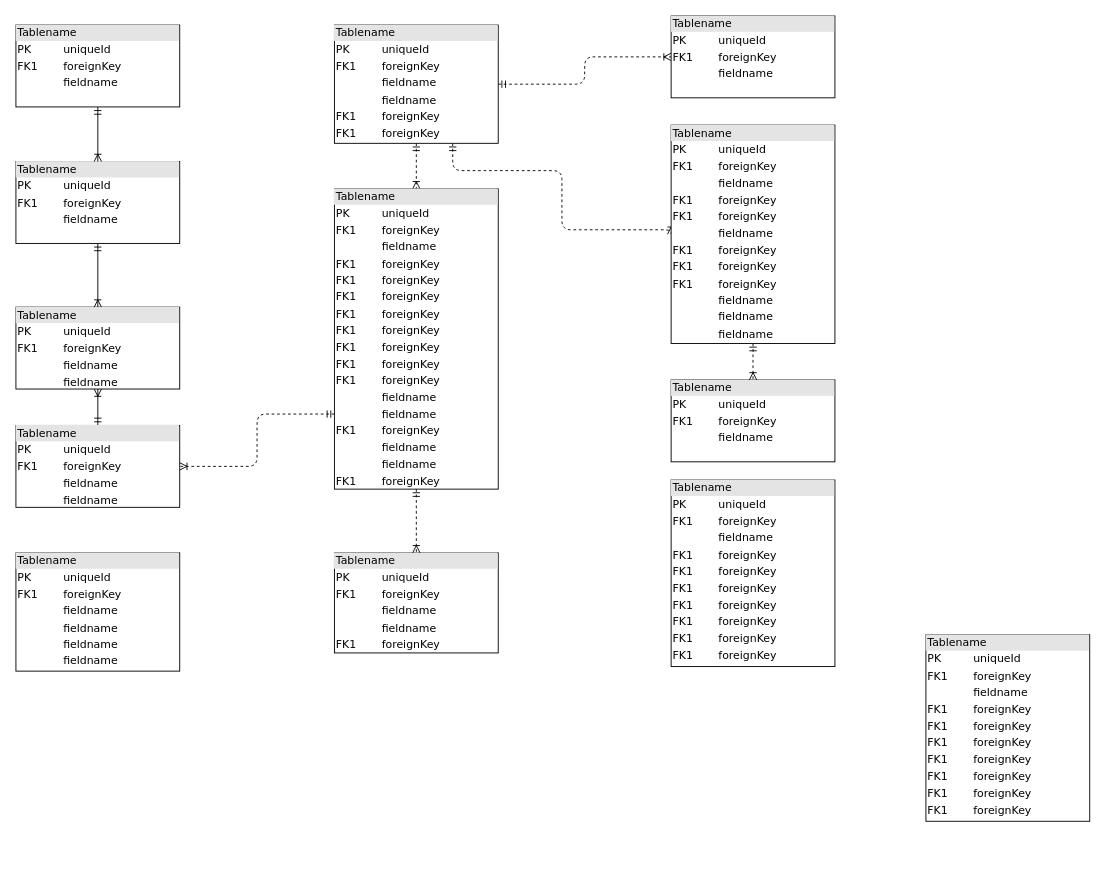
This is CAL AI.drawio from Abrorbek19/hacaton, a draw.io file, before an edit. Source tidied: cells renumbered, new cells numbered last; positions are measured from the earlier drawing's top-left corner, leaving out a move shared by most shapes. Both pictures are drawn from the tidied source at 91%, with x=0, y=0 at pixel (15, 15).
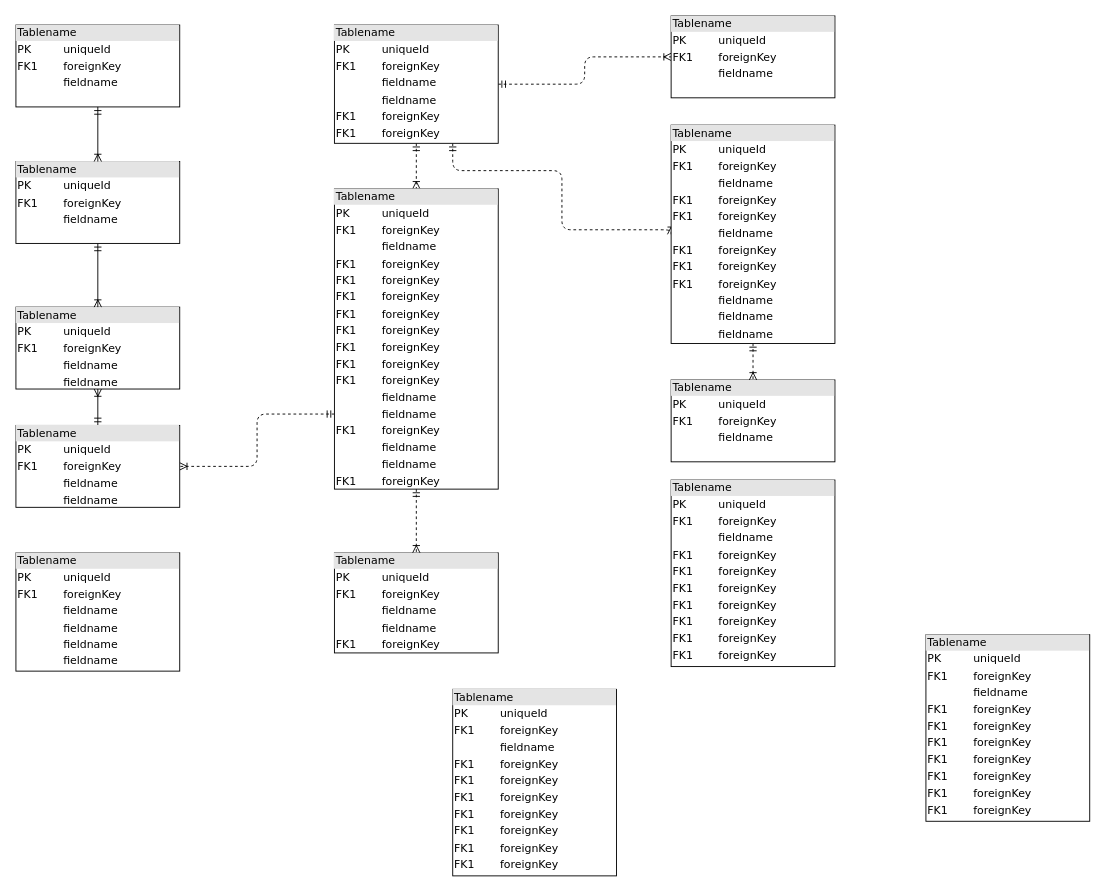
The same page after the edit.

Change to the diagram source:
```diff
@@
+    <mxCell id="24" value="&lt;div style=&quot;box-sizing: border-box ; width: 100% ; background: #e4e4e4 ; padding: 2px&quot;&gt;Tablename&lt;/div&gt;&lt;table style=&quot;width: 100% ; font-size: 1em&quot; cellpadding=&quot;2&quot; cellspacing=&quot;0&quot;&gt;&lt;tbody&gt;&lt;tr&gt;&lt;td&gt;PK&lt;/td&gt;&lt;td&gt;uniqueId&lt;/td&gt;&lt;/tr&gt;&lt;tr&gt;&lt;td&gt;FK1&lt;/td&gt;&lt;td&gt;foreignKey&lt;/td&gt;&lt;/tr&gt;&lt;tr&gt;&lt;td&gt;&lt;/td&gt;&lt;td&gt;fieldname&lt;/td&gt;&lt;/tr&gt;&lt;tr&gt;&lt;td&gt;FK1&lt;br&gt;&lt;/td&gt;&lt;td&gt;foreignKey&lt;br&gt;&lt;/td&gt;&lt;/tr&gt;&lt;tr&gt;&lt;td&gt;FK1&lt;br&gt;&lt;/td&gt;&lt;td&gt;foreignKey&lt;br&gt;&lt;/td&gt;&lt;/tr&gt;&lt;tr&gt;&lt;td&gt;FK1&lt;br&gt;&lt;/td&gt;&lt;td&gt;foreignKey&lt;br&gt;&lt;/td&gt;&lt;/tr&gt;&lt;tr&gt;&lt;td&gt;FK1&lt;br&gt;&lt;/td&gt;&lt;td&gt;foreignKey&lt;br&gt;&lt;/td&gt;&lt;/tr&gt;&lt;tr&gt;&lt;td&gt;FK1&lt;br&gt;&lt;/td&gt;&lt;td&gt;foreignKey&lt;br&gt;&lt;/td&gt;&lt;/tr&gt;&lt;tr&gt;&lt;td&gt;FK1&lt;br&gt;&lt;/td&gt;&lt;td&gt;foreignKey&lt;br&gt;&lt;/td&gt;&lt;/tr&gt;&lt;tr&gt;&lt;td&gt;FK1&lt;br&gt;&lt;/td&gt;&lt;td&gt;foreignKey&lt;br&gt;&lt;/td&gt;&lt;/tr&gt;&lt;/tbody&gt;&lt;/table&gt;" style="verticalAlign=top;align=left;overflow=fill;html=1;rounded=0;shadow=0;comic=0;labelBackgroundColor=none;strokeWidth=1;fontFamily=Verdana;fontSize=12;" parent="1" vertex="1">
+      <mxGeometry x="480" y="740" width="180" height="205" as="geometry" />
+    </mxCell>
```
